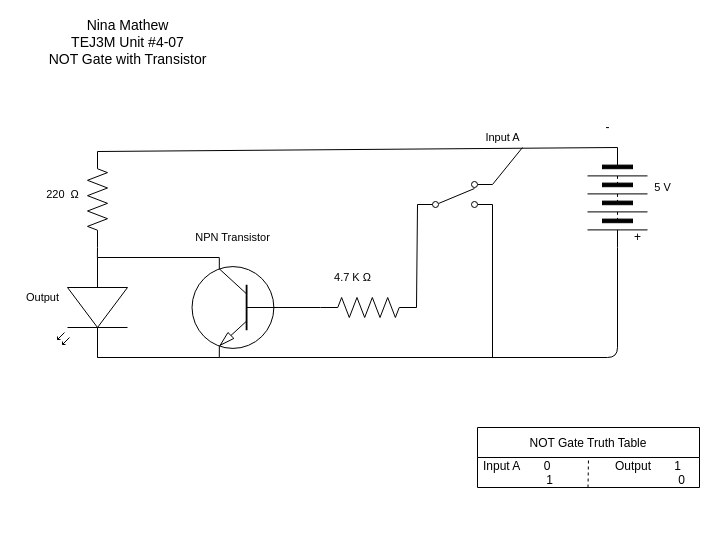
Above: Unit#4-07/TEJ3M#Unit-4-07.drawio in Nina-S-Mathew/TEJ3M-Unit-4 (draw.io), before the change. Source tidied: cells renumbered, new cells numbered last; positions are measured from the earlier drawing's top-left corner, leaving out a move shared by most shapes. Both pictures are drawn from the tidied source at 100%, with x=0, y=0 at pixel (17, 17). Pictures stored in the file or linked from it are replaced by grey dashed boxes.
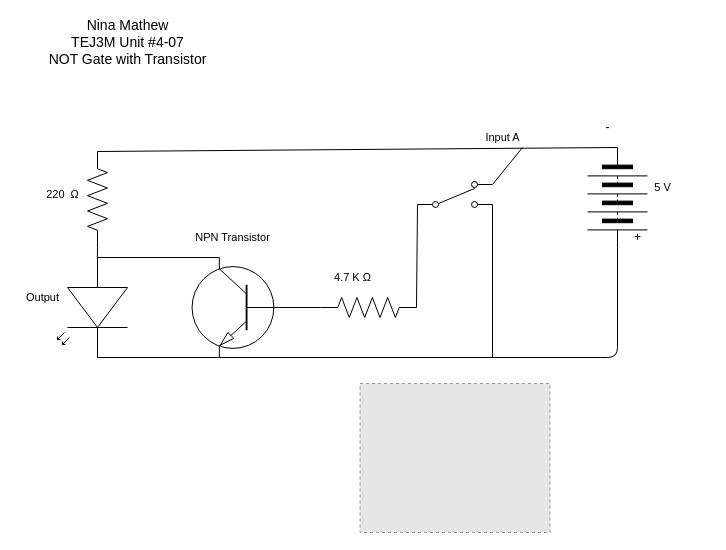
The same diagram, later.

Diff of the diagram source:
```diff
@@
-    <mxCell id="26" value="NOT Gate Truth Table" style="swimlane;fontStyle=0;horizontal=1;startSize=30;" parent="1" vertex="1">
-      <mxGeometry x="460" y="410" width="222" height="60" as="geometry" />
-    </mxCell>
-    <mxCell id="27" style="endArrow=none;dashed=1;html=1;entryX=0.5;entryY=0.04;entryDx=0;entryDy=0;entryPerimeter=0;" parent="26" edge="1" target="28">
-      <mxGeometry relative="1" as="geometry">
-        <mxPoint x="110.5" y="60" as="sourcePoint" />
-      </mxGeometry>
-    </mxCell>
-    <mxCell id="28" value="Input A       0 &#10;                   1" style="text;strokeColor=none;fillColor=none;align=left;verticalAlign=middle;spacingLeft=4;spacingRight=4;overflow=hidden;points=[[0,0.5],[1,0.5]];portConstraint=eastwest;" parent="26" vertex="1">
-      <mxGeometry y="30" width="222" height="30" as="geometry" />
-    </mxCell>
-    <mxCell id="29" value="Output       1&#10;                   0" style="text;strokeColor=none;fillColor=none;align=left;verticalAlign=middle;spacingLeft=4;spacingRight=4;overflow=hidden;" parent="1" vertex="1">
-      <mxGeometry x="592" y="440" width="100" height="30" as="geometry" />
-    </mxCell>
+    <mxCell id="30" style="fillColor=#E6E6E6;strokeColor=#999999;dashed=1;verticalLabelPosition=bottom;labelBackgroundColor=#ffffff;verticalAlign=top;" parent="1" vertex="1">
+      <mxGeometry x="342.5" y="366" width="190" height="149" as="geometry" />
+    </mxCell>
```
